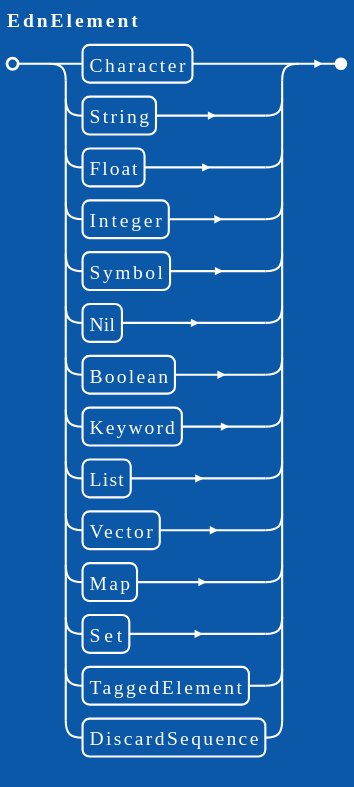
Above: docs/grammar/edn_elements.svg in DotFox/edn.c (PlantUML), before the change. The source it was exported from:
```plantuml
@startebnf
!theme amiga
EdnElement = Character
           | String
           | Float
           | Integer
           | Symbol
           | Nil
           | Boolean
           | Keyword
           | List
           | Vector
           | Map
           | Set
           | TaggedElement
           | DiscardSequence ;
@endebnf
```
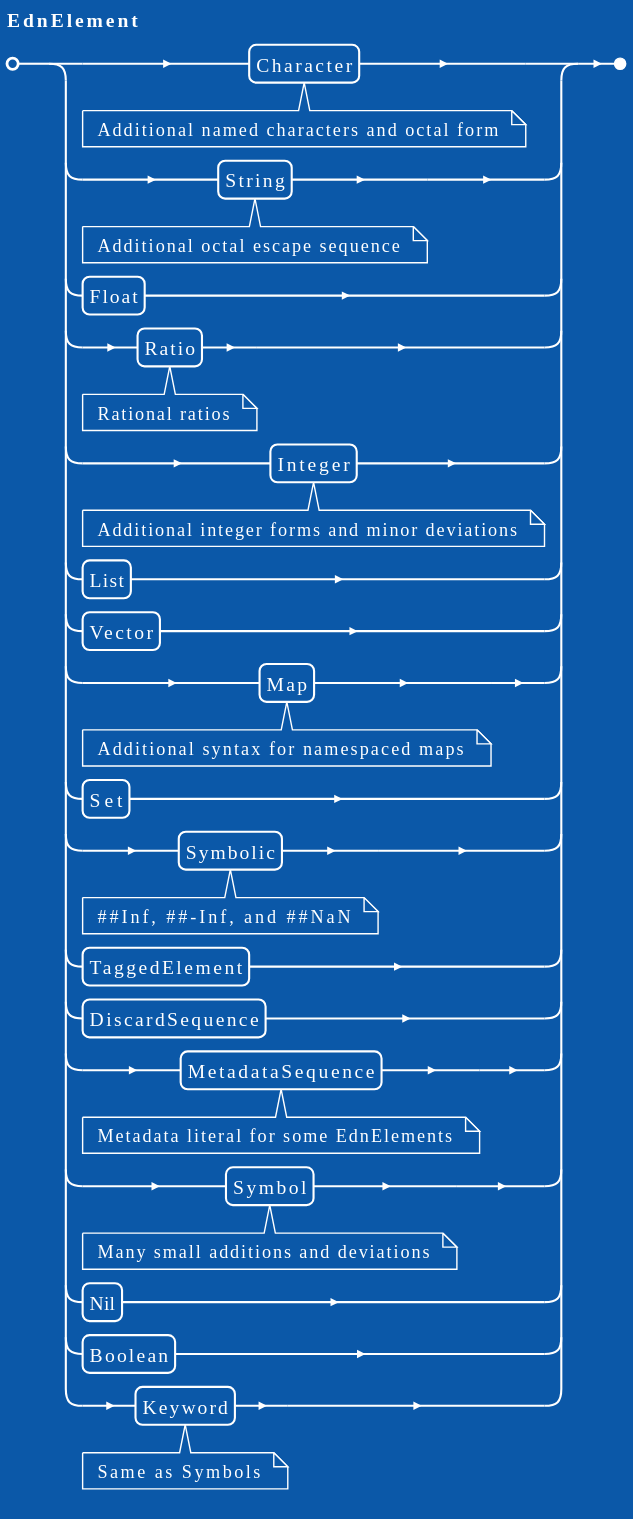
The same file after the commit.

What changed in the source:
```diff
@@ -1,17 +1,21 @@
 @startebnf
 !theme amiga
-EdnElement = Character
-           | String
+EdnElement = Character        (* Additional named characters and octal form *)
+           | String           (* Additional octal escape sequence *)
            | Float
-           | Integer
-           | Symbol
+           | Ratio            (* Rational ratios *)
+           | Integer          (* Additional integer forms and minor deviations *)
+           | List
+           | Vector
+           | Map              (* Additional syntax for namespaced maps *)
+           | Set
+           | Symbolic         (* ##Inf, ##-Inf, and ##NaN *)
+           | TaggedElement
+           | DiscardSequence
+           | MetadataSequence (* Metadata literal for some EdnElements *)
+           | Symbol           (* Many small additions and deviations *)
            | Nil
            | Boolean
-           | Keyword
-           | List
-           | Vector
-           | Map
-           | Set
-           | TaggedElement
-           | DiscardSequence ;
+           | Keyword          (* Same as Symbols *)
+           ;
 @endebnf
```
